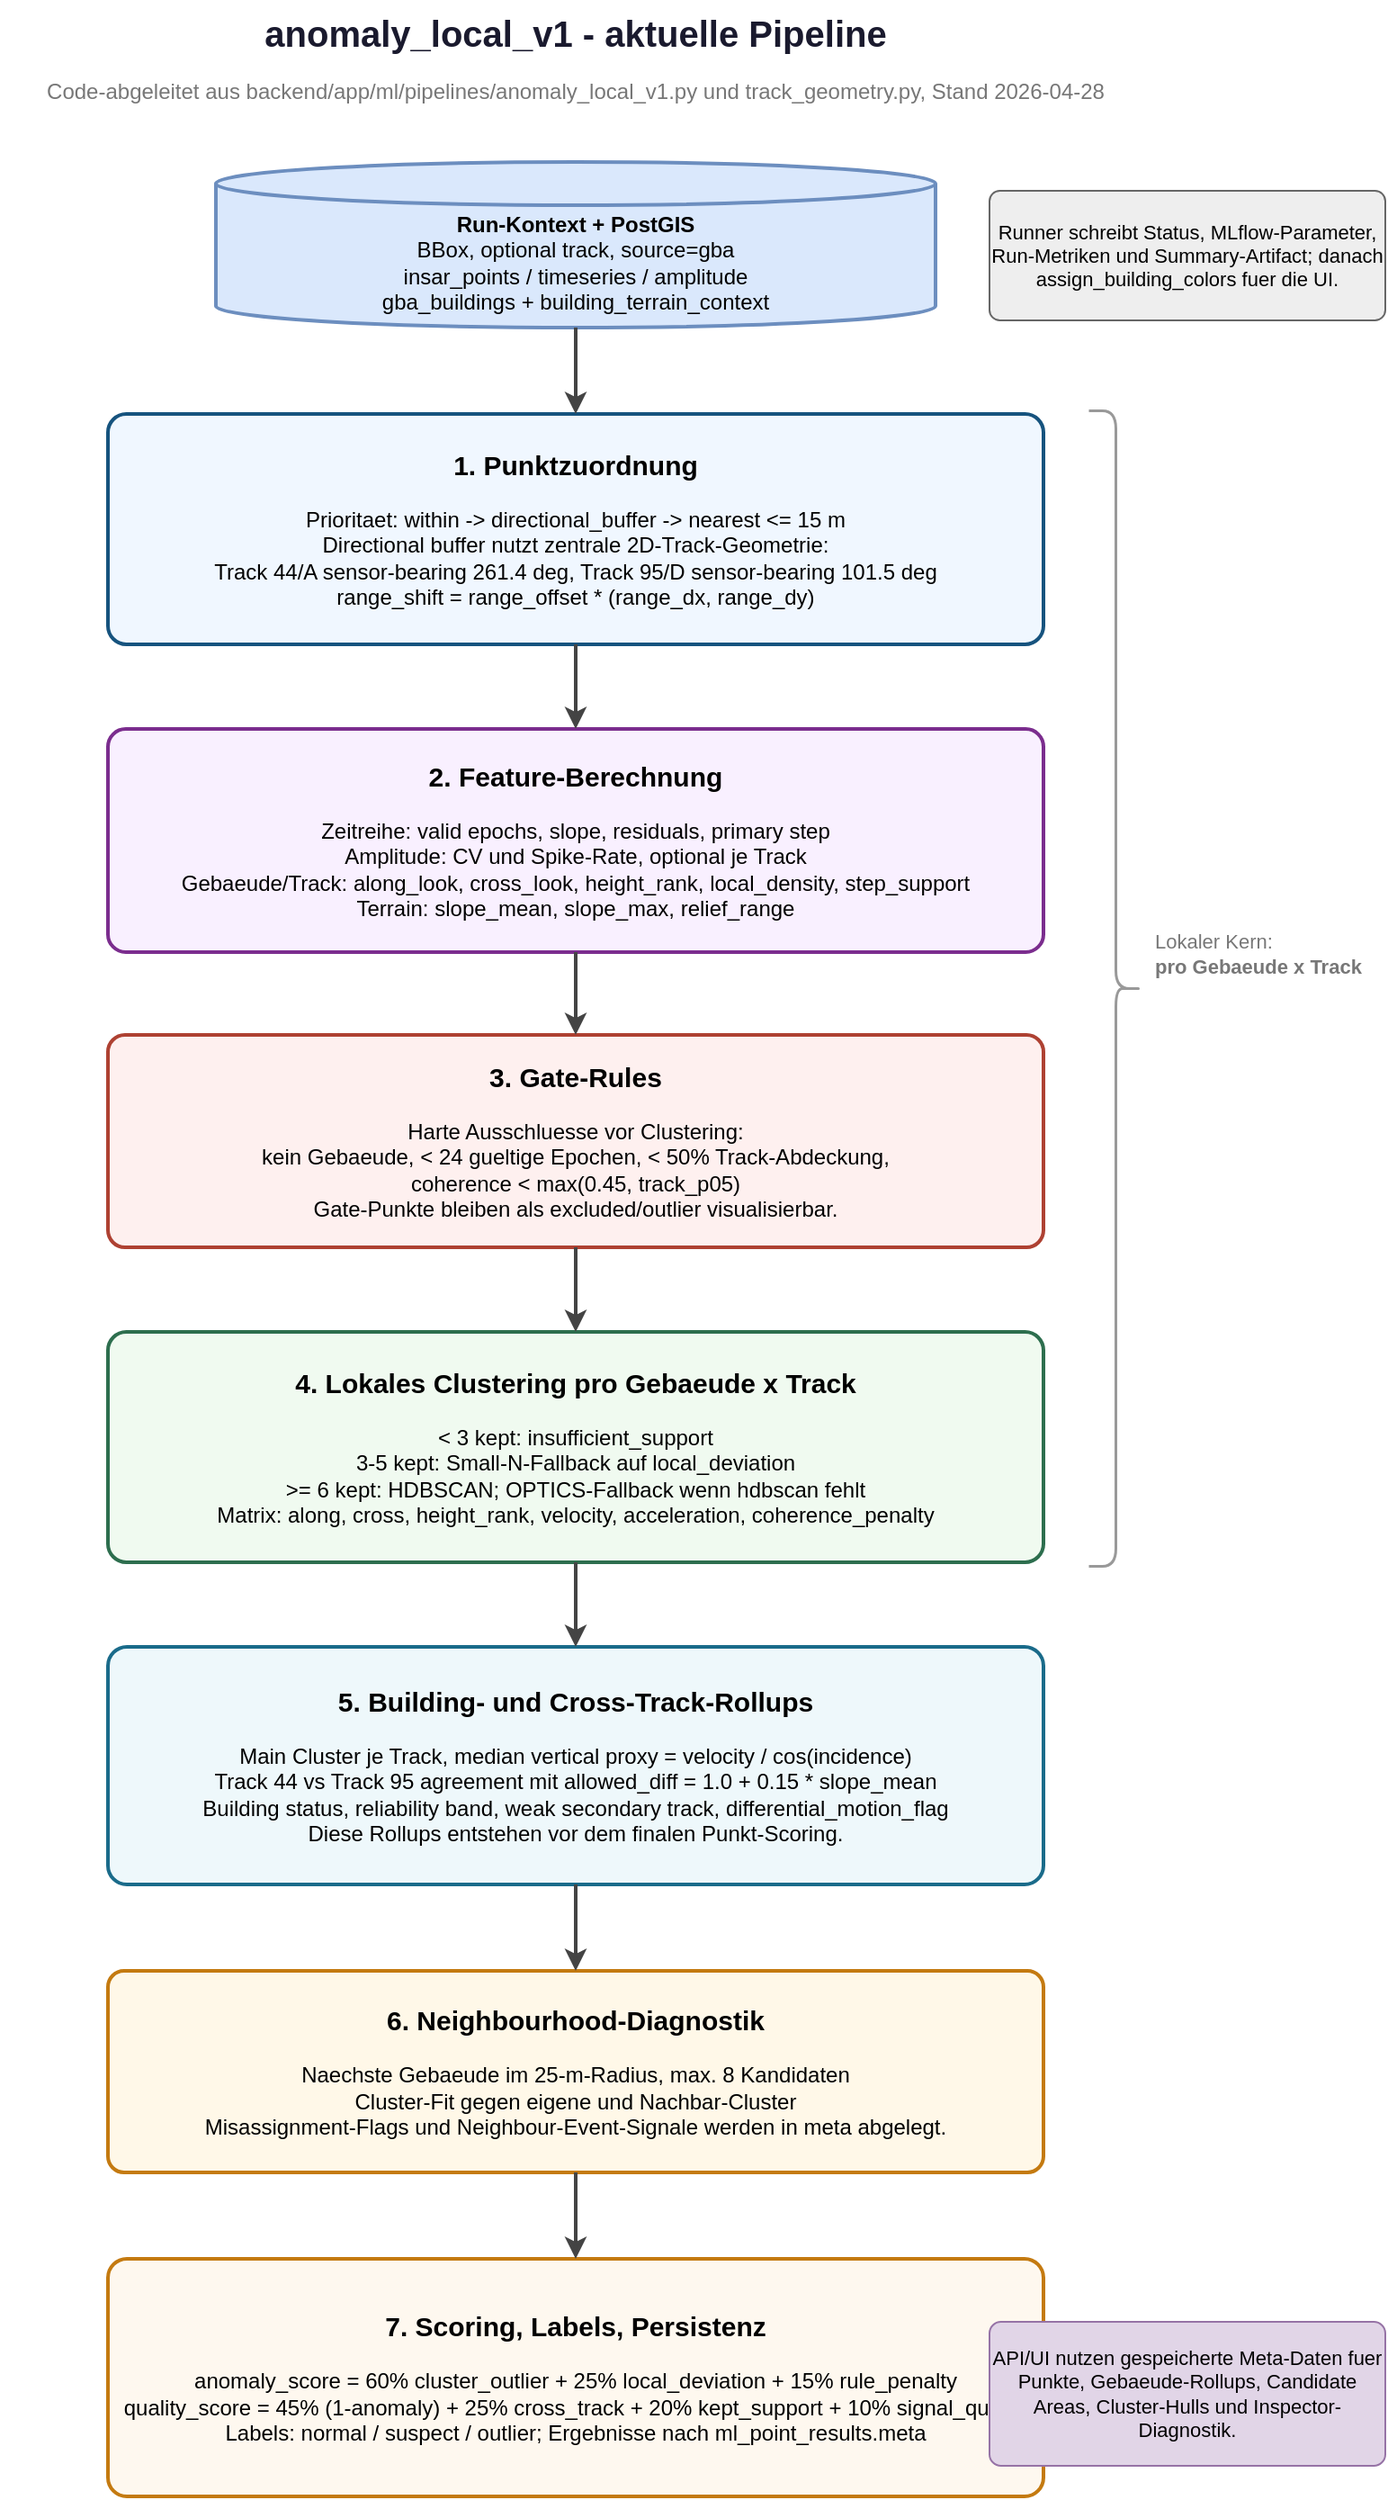
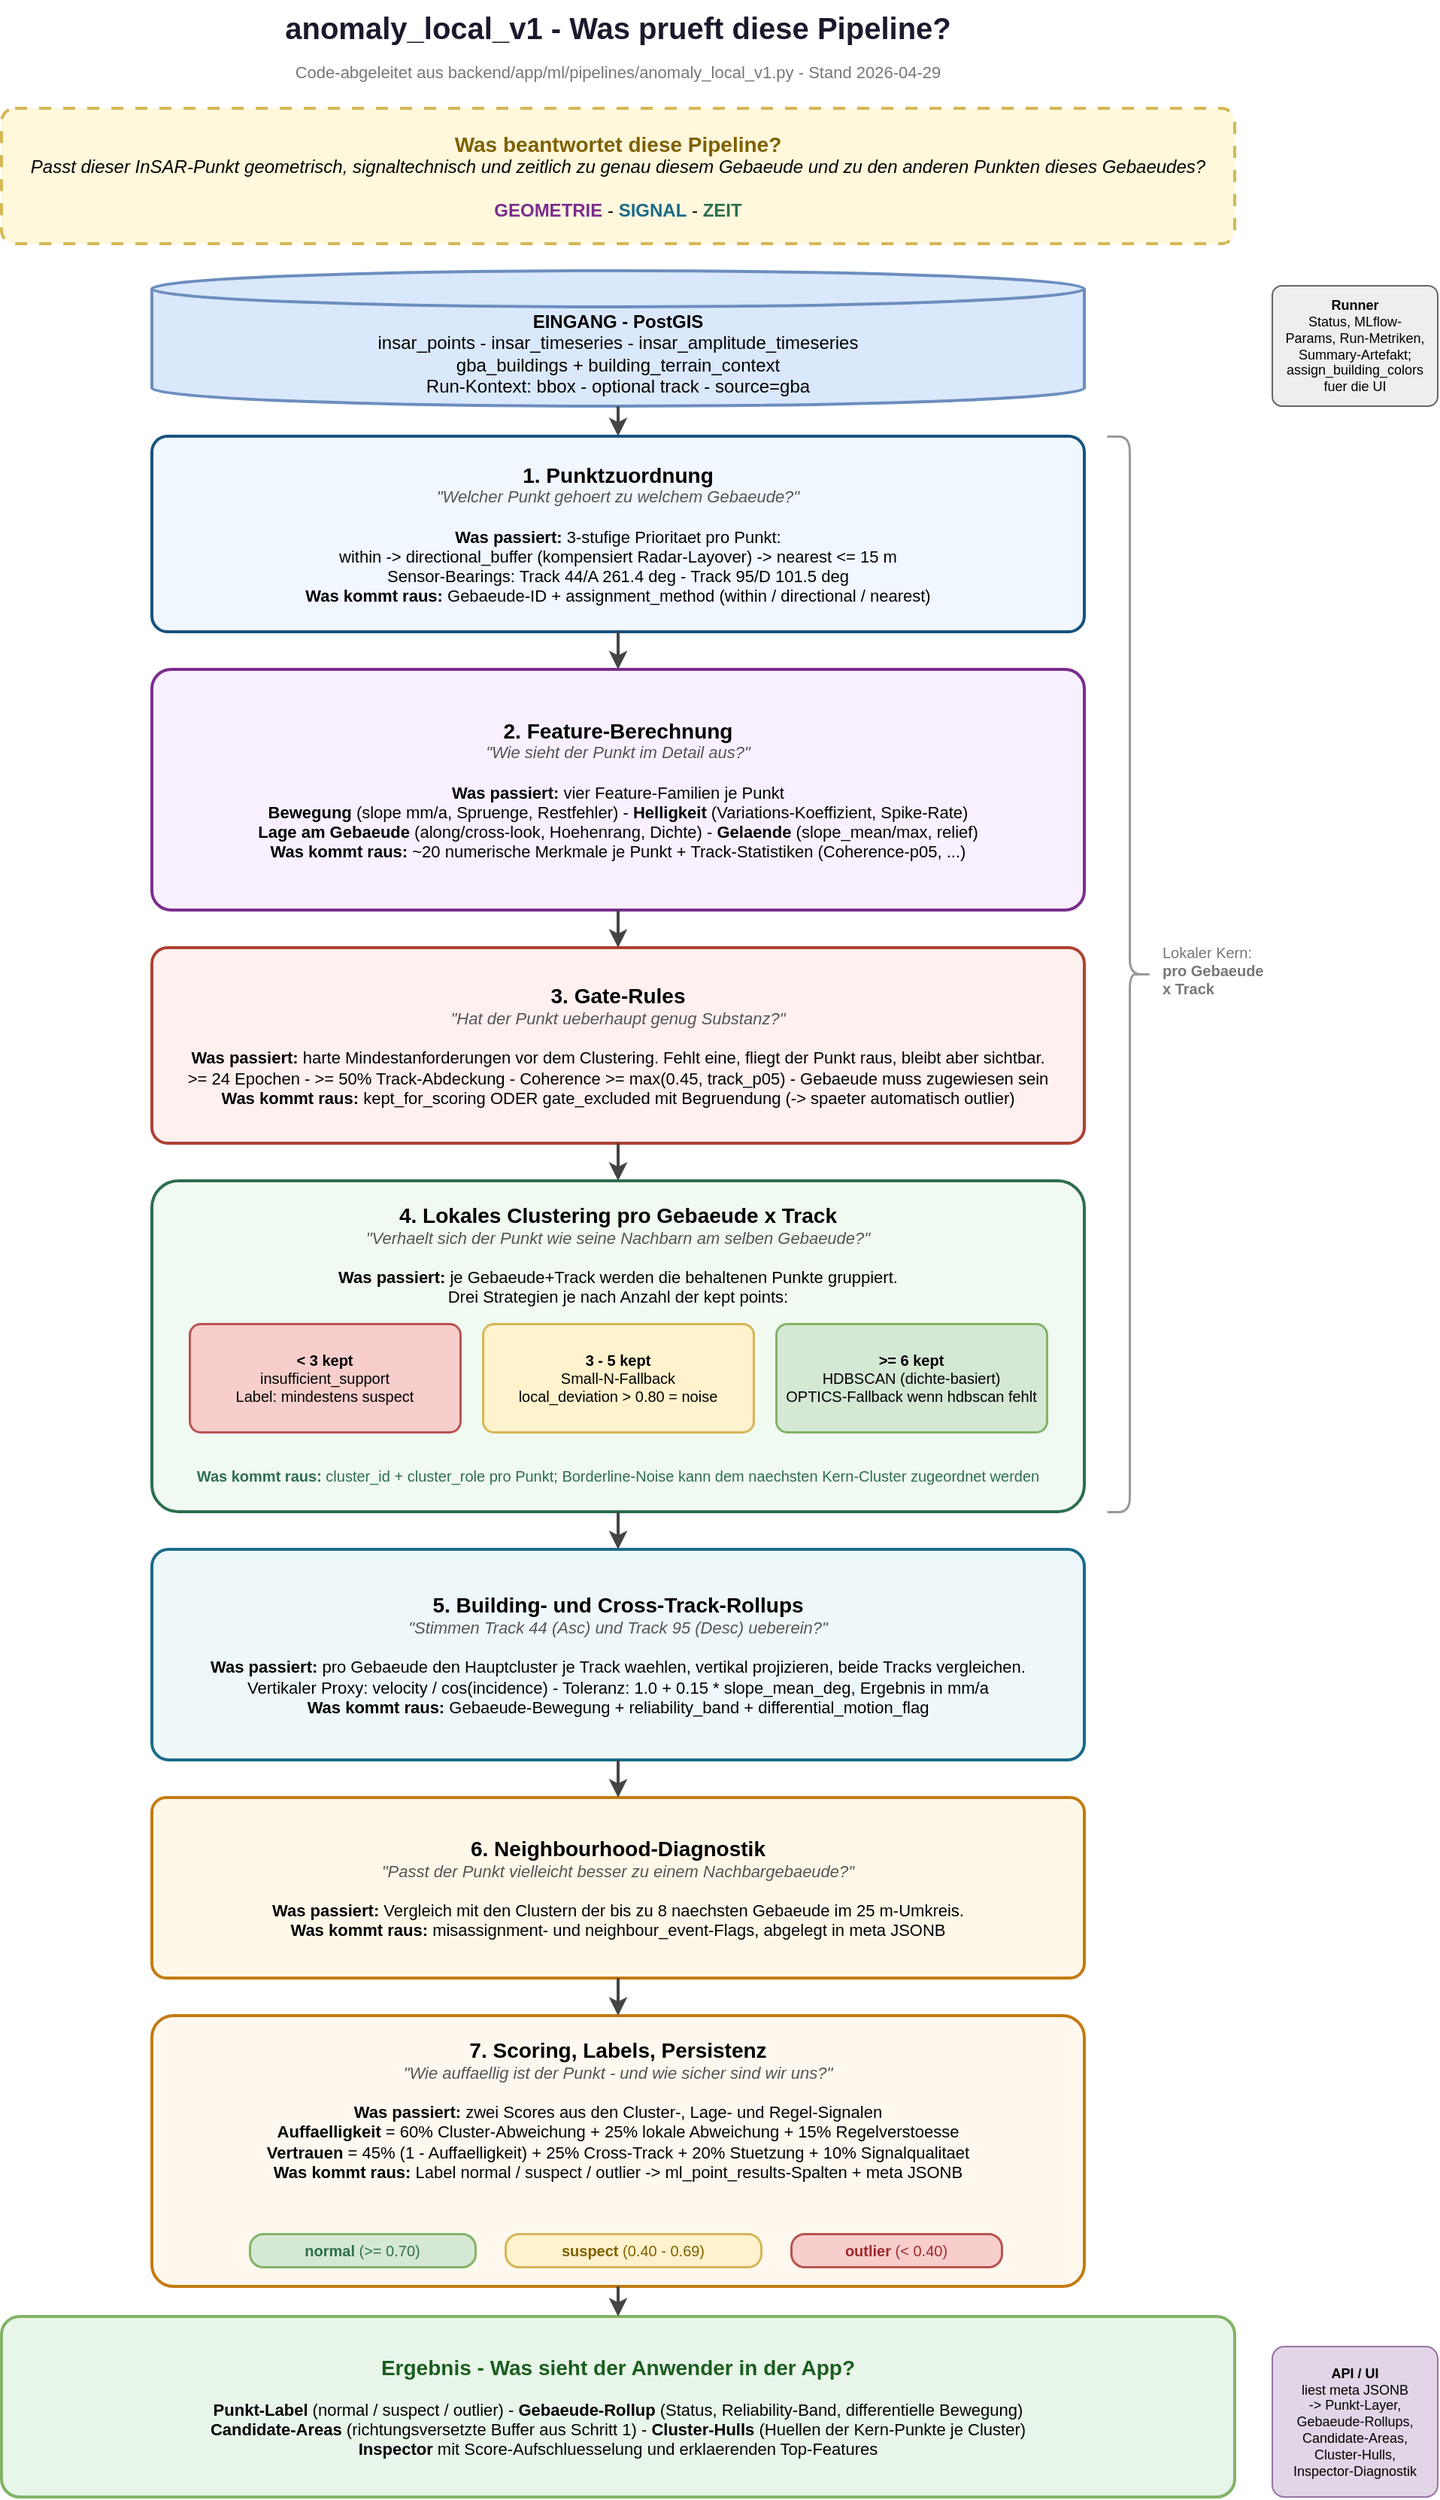
<mxfile host="app.diagrams.net" agent="Codex" version="29.6.4">
  <diagram name="anomaly_local_v1 Pipeline (current simplified)" id="simple-current">
-     <mxGraphModel dx="1188" dy="780" grid="1" gridSize="10" guides="1" tooltips="1" connect="1" arrows="1" fold="1" page="1" pageScale="1" pageWidth="1000" pageHeight="1500" math="0" shadow="0">
+     <mxGraphModel dx="1188" dy="780" grid="1" gridSize="10" guides="1" tooltips="1" connect="1" arrows="1" fold="1" page="1" pageScale="1" pageWidth="1100" pageHeight="1700" math="0" shadow="0">
      <root>
        <mxCell id="0" />
        <mxCell id="1" parent="0" />
-         <mxCell id="title" parent="1" style="text;html=1;align=center;verticalAlign=middle;whiteSpace=wrap;fontSize=20;fontColor=#1a1a2e;" value="&lt;b&gt;anomaly_local_v1 - aktuelle Pipeline&lt;/b&gt;" vertex="1">
-           <mxGeometry x="210" y="20" width="580" height="36" as="geometry" />
+         <mxCell id="title" parent="1" style="text;html=1;align=center;verticalAlign=middle;whiteSpace=wrap;fontSize=20;fontColor=#1a1a2e;" value="&lt;b&gt;anomaly_local_v1 - Was prueft diese Pipeline?&lt;/b&gt;" vertex="1">
+           <mxGeometry x="210" y="20" width="680" height="36" as="geometry" />
        </mxCell>
-         <mxCell id="subtitle" parent="1" style="text;html=1;align=center;verticalAlign=middle;whiteSpace=wrap;fontSize=12;fontColor=#777777;" value="Code-abgeleitet aus backend/app/ml/pipelines/anomaly_local_v1.py und track_geometry.py, Stand 2026-04-28" vertex="1">
-           <mxGeometry x="180" y="56" width="640" height="30" as="geometry" />
+         <mxCell id="subtitle" parent="1" style="text;html=1;align=center;verticalAlign=middle;whiteSpace=wrap;fontSize=11;fontColor=#777777;" value="Code-abgeleitet aus backend/app/ml/pipelines/anomaly_local_v1.py - Stand 2026-04-29" vertex="1">
+           <mxGeometry x="180" y="56" width="740" height="24" as="geometry" />
        </mxCell>
-         <mxCell id="input" parent="1" style="shape=cylinder3;whiteSpace=wrap;html=1;boundedLbl=1;backgroundOutline=1;size=12;fillColor=#dae8fc;strokeColor=#6c8ebf;strokeWidth=2;fontSize=12;align=center;" value="&lt;b&gt;Run-Kontext + PostGIS&lt;/b&gt;&lt;br&gt;BBox, optional track, source=gba&lt;br&gt;insar_points / timeseries / amplitude&lt;br&gt;gba_buildings + building_terrain_context" vertex="1">
-           <mxGeometry x="300" y="110" width="400" height="92" as="geometry" />
+         <mxCell id="intro" parent="1" style="rounded=1;whiteSpace=wrap;html=1;fillColor=#fff8dc;strokeColor=#d6b656;strokeWidth=2;dashed=1;dashPattern=4 4;fontSize=12;align=center;verticalAlign=middle;spacing=10;arcSize=10;" value="&lt;b style=&quot;font-size:14px;color:#7f6000;&quot;&gt;Was beantwortet diese Pipeline?&lt;/b&gt;&lt;br&gt;&lt;i&gt;Passt dieser InSAR-Punkt geometrisch, signaltechnisch und zeitlich zu genau diesem Gebaeude und zu den anderen Punkten dieses Gebaeudes?&lt;/i&gt;&lt;br&gt;&lt;br&gt;&lt;b style=&quot;color:#7b2d8e;&quot;&gt;GEOMETRIE&lt;/b&gt;  -  &lt;b style=&quot;color:#1a6b8a;&quot;&gt;SIGNAL&lt;/b&gt;  -  &lt;b style=&quot;color:#2d6e4e;&quot;&gt;ZEIT&lt;/b&gt;" vertex="1">
+           <mxGeometry x="140" y="92" width="820" height="90" as="geometry" />
        </mxCell>
-         <mxCell id="step1" parent="1" style="rounded=1;whiteSpace=wrap;html=1;fillColor=#f0f7ff;strokeColor=#16537e;strokeWidth=2;fontSize=12;align=center;spacing=8;arcSize=8;" value="&lt;font style=&quot;font-size:15px&quot;&gt;&lt;b&gt;1. Punktzuordnung&lt;/b&gt;&lt;/font&gt;&lt;br&gt;&lt;br&gt;Prioritaet: within -&gt; directional_buffer -&gt; nearest &lt;= 15 m&lt;br&gt;Directional buffer nutzt zentrale 2D-Track-Geometrie:&lt;br&gt;Track 44/A sensor-bearing 261.4 deg, Track 95/D sensor-bearing 101.5 deg&lt;br&gt;range_shift = range_offset * (range_dx, range_dy)" vertex="1">
-           <mxGeometry x="240" y="250" width="520" height="128" as="geometry" />
+         <mxCell id="input" parent="1" style="shape=cylinder3;whiteSpace=wrap;html=1;boundedLbl=1;backgroundOutline=1;size=12;fillColor=#dae8fc;strokeColor=#6c8ebf;strokeWidth=2;fontSize=12;align=center;verticalAlign=middle;" value="&lt;b&gt;EINGANG - PostGIS&lt;/b&gt;&lt;br&gt;insar_points - insar_timeseries - insar_amplitude_timeseries&lt;br&gt;gba_buildings + building_terrain_context&lt;br&gt;Run-Kontext: bbox - optional track - source=gba" vertex="1">
+           <mxGeometry x="240" y="200" width="620" height="90" as="geometry" />
        </mxCell>
-         <mxCell id="step2" parent="1" style="rounded=1;whiteSpace=wrap;html=1;fillColor=#f9f0ff;strokeColor=#7b2d8e;strokeWidth=2;fontSize=12;align=center;spacing=8;arcSize=8;" value="&lt;font style=&quot;font-size:15px&quot;&gt;&lt;b&gt;2. Feature-Berechnung&lt;/b&gt;&lt;/font&gt;&lt;br&gt;&lt;br&gt;Zeitreihe: valid epochs, slope, residuals, primary step&lt;br&gt;Amplitude: CV und Spike-Rate, optional je Track&lt;br&gt;Gebaeude/Track: along_look, cross_look, height_rank, local_density, step_support&lt;br&gt;Terrain: slope_mean, slope_max, relief_range" vertex="1">
-           <mxGeometry x="240" y="425" width="520" height="124" as="geometry" />
+         <mxCell id="runner_note" parent="1" style="rounded=1;whiteSpace=wrap;html=1;fillColor=#eeeeee;strokeColor=#666666;fontSize=9;align=center;verticalAlign=middle;arcSize=8;spacing=4;" value="&lt;b&gt;Runner&lt;/b&gt;&lt;br&gt;Status, MLflow-&lt;br&gt;Params, Run-Metriken,&lt;br&gt;Summary-Artefakt;&lt;br&gt;assign_building_colors&lt;br&gt;fuer die UI" vertex="1">
+           <mxGeometry x="985" y="210" width="110" height="80" as="geometry" />
        </mxCell>
-         <mxCell id="step3" parent="1" style="rounded=1;whiteSpace=wrap;html=1;fillColor=#fef0ef;strokeColor=#ae4132;strokeWidth=2;fontSize=12;align=center;spacing=8;arcSize=8;" value="&lt;font style=&quot;font-size:15px&quot;&gt;&lt;b&gt;3. Gate-Rules&lt;/b&gt;&lt;/font&gt;&lt;br&gt;&lt;br&gt;Harte Ausschluesse vor Clustering:&lt;br&gt;kein Gebaeude, &lt; 24 gueltige Epochen, &lt; 50% Track-Abdeckung,&lt;br&gt;coherence &lt; max(0.45, track_p05)&lt;br&gt;Gate-Punkte bleiben als excluded/outlier visualisierbar." vertex="1">
-           <mxGeometry x="240" y="595" width="520" height="118" as="geometry" />
+         <mxCell id="step1" parent="1" style="rounded=1;whiteSpace=wrap;html=1;fillColor=#f0f7ff;strokeColor=#16537e;strokeWidth=2;fontSize=11;align=center;verticalAlign=middle;spacing=10;arcSize=8;" value="&lt;font style=&quot;font-size:14px&quot;&gt;&lt;b&gt;1. Punktzuordnung&lt;/b&gt;&lt;/font&gt;&lt;br&gt;&lt;i style=&quot;color:#555;&quot;&gt;&amp;quot;Welcher Punkt gehoert zu welchem Gebaeude?&amp;quot;&lt;/i&gt;&lt;br&gt;&lt;br&gt;&lt;b&gt;Was passiert:&lt;/b&gt; 3-stufige Prioritaet pro Punkt:&lt;br&gt;within -&amp;gt; directional_buffer (kompensiert Radar-Layover) -&amp;gt; nearest &amp;lt;= 15 m&lt;br&gt;Sensor-Bearings: Track 44/A 261.4 deg - Track 95/D 101.5 deg&lt;br&gt;&lt;b&gt;Was kommt raus:&lt;/b&gt; Gebaeude-ID + assignment_method (within / directional / nearest)" vertex="1">
+           <mxGeometry x="240" y="310" width="620" height="130" as="geometry" />
        </mxCell>
-         <mxCell id="step4" parent="1" style="rounded=1;whiteSpace=wrap;html=1;fillColor=#f0faf0;strokeColor=#2d6e4e;strokeWidth=2;fontSize=12;align=center;spacing=8;arcSize=8;" value="&lt;font style=&quot;font-size:15px&quot;&gt;&lt;b&gt;4. Lokales Clustering pro Gebaeude x Track&lt;/b&gt;&lt;/font&gt;&lt;br&gt;&lt;br&gt;&lt; 3 kept: insufficient_support&lt;br&gt;3-5 kept: Small-N-Fallback auf local_deviation&lt;br&gt;&gt;= 6 kept: HDBSCAN; OPTICS-Fallback wenn hdbscan fehlt&lt;br&gt;Matrix: along, cross, height_rank, velocity, acceleration, coherence_penalty" vertex="1">
-           <mxGeometry x="240" y="760" width="520" height="128" as="geometry" />
+         <mxCell id="step2" parent="1" style="rounded=1;whiteSpace=wrap;html=1;fillColor=#f9f0ff;strokeColor=#7b2d8e;strokeWidth=2;fontSize=11;align=center;verticalAlign=middle;spacing=10;arcSize=8;" value="&lt;font style=&quot;font-size:14px&quot;&gt;&lt;b&gt;2. Feature-Berechnung&lt;/b&gt;&lt;/font&gt;&lt;br&gt;&lt;i style=&quot;color:#555;&quot;&gt;&amp;quot;Wie sieht der Punkt im Detail aus?&amp;quot;&lt;/i&gt;&lt;br&gt;&lt;br&gt;&lt;b&gt;Was passiert:&lt;/b&gt; vier Feature-Familien je Punkt&lt;br&gt;&lt;b&gt;Bewegung&lt;/b&gt; (slope mm/a, Spruenge, Restfehler) - &lt;b&gt;Helligkeit&lt;/b&gt; (Variations-Koeffizient, Spike-Rate)&lt;br&gt;&lt;b&gt;Lage am Gebaeude&lt;/b&gt; (along/cross-look, Hoehenrang, Dichte) - &lt;b&gt;Gelaende&lt;/b&gt; (slope_mean/max, relief)&lt;br&gt;&lt;b&gt;Was kommt raus:&lt;/b&gt; ~20 numerische Merkmale je Punkt + Track-Statistiken (Coherence-p05, ...)" vertex="1">
+           <mxGeometry x="240" y="465" width="620" height="160" as="geometry" />
        </mxCell>
-         <mxCell id="step5" parent="1" style="rounded=1;whiteSpace=wrap;html=1;fillColor=#eef8fb;strokeColor=#1a6b8a;strokeWidth=2;fontSize=12;align=center;spacing=8;arcSize=8;" value="&lt;font style=&quot;font-size:15px&quot;&gt;&lt;b&gt;5. Building- und Cross-Track-Rollups&lt;/b&gt;&lt;/font&gt;&lt;br&gt;&lt;br&gt;Main Cluster je Track, median vertical proxy = velocity / cos(incidence)&lt;br&gt;Track 44 vs Track 95 agreement mit allowed_diff = 1.0 + 0.15 * slope_mean&lt;br&gt;Building status, reliability band, weak secondary track, differential_motion_flag&lt;br&gt;Diese Rollups entstehen vor dem finalen Punkt-Scoring." vertex="1">
-           <mxGeometry x="240" y="935" width="520" height="132" as="geometry" />
+         <mxCell id="step3" parent="1" style="rounded=1;whiteSpace=wrap;html=1;fillColor=#fef0ef;strokeColor=#ae4132;strokeWidth=2;fontSize=11;align=center;verticalAlign=middle;spacing=10;arcSize=8;" value="&lt;font style=&quot;font-size:14px&quot;&gt;&lt;b&gt;3. Gate-Rules&lt;/b&gt;&lt;/font&gt;&lt;br&gt;&lt;i style=&quot;color:#555;&quot;&gt;&amp;quot;Hat der Punkt ueberhaupt genug Substanz?&amp;quot;&lt;/i&gt;&lt;br&gt;&lt;br&gt;&lt;b&gt;Was passiert:&lt;/b&gt; harte Mindestanforderungen vor dem Clustering. Fehlt eine, fliegt der Punkt raus, bleibt aber sichtbar.&lt;br&gt;&amp;gt;= 24 Epochen - &amp;gt;= 50% Track-Abdeckung - Coherence &amp;gt;= max(0.45, track_p05) - Gebaeude muss zugewiesen sein&lt;br&gt;&lt;b&gt;Was kommt raus:&lt;/b&gt; kept_for_scoring ODER gate_excluded mit Begruendung (-&amp;gt; spaeter automatisch outlier)" vertex="1">
+           <mxGeometry x="240" y="650" width="620" height="130" as="geometry" />
        </mxCell>
-         <mxCell id="step6" parent="1" style="rounded=1;whiteSpace=wrap;html=1;fillColor=#fff8e8;strokeColor=#c47a10;strokeWidth=2;fontSize=12;align=center;spacing=8;arcSize=8;" value="&lt;font style=&quot;font-size:15px&quot;&gt;&lt;b&gt;6. Neighbourhood-Diagnostik&lt;/b&gt;&lt;/font&gt;&lt;br&gt;&lt;br&gt;Naechste Gebaeude im 25-m-Radius, max. 8 Kandidaten&lt;br&gt;Cluster-Fit gegen eigene und Nachbar-Cluster&lt;br&gt;Misassignment-Flags und Neighbour-Event-Signale werden in meta abgelegt." vertex="1">
-           <mxGeometry x="240" y="1115" width="520" height="112" as="geometry" />
+         <mxCell id="step4" parent="1" style="rounded=1;whiteSpace=wrap;html=1;fillColor=#f0faf0;strokeColor=#2d6e4e;strokeWidth=2;fontSize=11;align=center;verticalAlign=top;spacing=10;arcSize=8;" value="&lt;font style=&quot;font-size:14px&quot;&gt;&lt;b&gt;4. Lokales Clustering pro Gebaeude x Track&lt;/b&gt;&lt;/font&gt;&lt;br&gt;&lt;i style=&quot;color:#555;&quot;&gt;&amp;quot;Verhaelt sich der Punkt wie seine Nachbarn am selben Gebaeude?&amp;quot;&lt;/i&gt;&lt;br&gt;&lt;br&gt;&lt;b&gt;Was passiert:&lt;/b&gt; je Gebaeude+Track werden die behaltenen Punkte gruppiert.&lt;br&gt;Drei Strategien je nach Anzahl der kept points:" vertex="1">
+           <mxGeometry x="240" y="805" width="620" height="220" as="geometry" />
        </mxCell>
-         <mxCell id="step7" parent="1" style="rounded=1;whiteSpace=wrap;html=1;fillColor=#fef8ef;strokeColor=#c47a10;strokeWidth=2;fontSize=12;align=center;spacing=8;arcSize=8;" value="&lt;font style=&quot;font-size:15px&quot;&gt;&lt;b&gt;7. Scoring, Labels, Persistenz&lt;/b&gt;&lt;/font&gt;&lt;br&gt;&lt;br&gt;anomaly_score = 60% cluster_outlier + 25% local_deviation + 15% rule_penalty&lt;br&gt;quality_score = 45% (1-anomaly) + 25% cross_track + 20% kept_support + 10% signal_quality&lt;br&gt;Labels: normal / suspect / outlier; Ergebnisse nach ml_point_results.meta" vertex="1">
-           <mxGeometry x="240" y="1275" width="520" height="132" as="geometry" />
+         <mxCell id="step4_box_a" parent="1" style="rounded=1;whiteSpace=wrap;html=1;fillColor=#f8cecc;strokeColor=#b85450;strokeWidth=1.5;fontSize=10;align=center;verticalAlign=middle;arcSize=10;spacing=4;" value="&lt;b&gt;&amp;lt; 3 kept&lt;/b&gt;&lt;br&gt;insufficient_support&lt;br&gt;Label: mindestens suspect" vertex="1">
+           <mxGeometry x="265" y="900" width="180" height="72" as="geometry" />
        </mxCell>
-         <mxCell id="runner_note" parent="1" style="rounded=1;whiteSpace=wrap;html=1;fillColor=#eeeeee;strokeColor=#666666;fontSize=11;align=center;arcSize=8;" value="Runner schreibt Status, MLflow-Parameter, Run-Metriken und Summary-Artifact; danach assign_building_colors fuer die UI." vertex="1">
-           <mxGeometry x="730" y="126" width="220" height="72" as="geometry" />
+         <mxCell id="step4_box_b" parent="1" style="rounded=1;whiteSpace=wrap;html=1;fillColor=#fff2cc;strokeColor=#d6b656;strokeWidth=1.5;fontSize=10;align=center;verticalAlign=middle;arcSize=10;spacing=4;" value="&lt;b&gt;3 - 5 kept&lt;/b&gt;&lt;br&gt;Small-N-Fallback&lt;br&gt;local_deviation &amp;gt; 0.80 = noise" vertex="1">
+           <mxGeometry x="460" y="900" width="180" height="72" as="geometry" />
        </mxCell>
-         <mxCell id="ui_note" parent="1" style="rounded=1;whiteSpace=wrap;html=1;fillColor=#e1d5e7;strokeColor=#9673a6;fontSize=11;align=center;arcSize=8;" value="API/UI nutzen gespeicherte Meta-Daten fuer Punkte, Gebaeude-Rollups, Candidate Areas, Cluster-Hulls und Inspector-Diagnostik." vertex="1">
-           <mxGeometry x="730" y="1310" width="220" height="80" as="geometry" />
+         <mxCell id="step4_box_c" parent="1" style="rounded=1;whiteSpace=wrap;html=1;fillColor=#d5e8d4;strokeColor=#82b366;strokeWidth=1.5;fontSize=10;align=center;verticalAlign=middle;arcSize=10;spacing=4;" value="&lt;b&gt;&amp;gt;= 6 kept&lt;/b&gt;&lt;br&gt;HDBSCAN (dichte-basiert)&lt;br&gt;OPTICS-Fallback wenn hdbscan fehlt" vertex="1">
+           <mxGeometry x="655" y="900" width="180" height="72" as="geometry" />
+         </mxCell>
+         <mxCell id="step4_footer" parent="1" style="text;html=1;align=center;verticalAlign=middle;whiteSpace=wrap;fontSize=10;fontColor=#2d6e4e;" value="&lt;b&gt;Was kommt raus:&lt;/b&gt; cluster_id + cluster_role pro Punkt; Borderline-Noise kann dem naechsten Kern-Cluster zugeordnet werden" vertex="1">
+           <mxGeometry x="260" y="985" width="580" height="32" as="geometry" />
+         </mxCell>
+         <mxCell id="step5" parent="1" style="rounded=1;whiteSpace=wrap;html=1;fillColor=#eef8fb;strokeColor=#1a6b8a;strokeWidth=2;fontSize=11;align=center;verticalAlign=middle;spacing=10;arcSize=8;" value="&lt;font style=&quot;font-size:14px&quot;&gt;&lt;b&gt;5. Building- und Cross-Track-Rollups&lt;/b&gt;&lt;/font&gt;&lt;br&gt;&lt;i style=&quot;color:#555;&quot;&gt;&amp;quot;Stimmen Track 44 (Asc) und Track 95 (Desc) ueberein?&amp;quot;&lt;/i&gt;&lt;br&gt;&lt;br&gt;&lt;b&gt;Was passiert:&lt;/b&gt; pro Gebaeude den Hauptcluster je Track waehlen, vertikal projizieren, beide Tracks vergleichen.&lt;br&gt;Vertikaler Proxy: velocity / cos(incidence) - Toleranz: 1.0 + 0.15 * slope_mean_deg, Ergebnis in mm/a&lt;br&gt;&lt;b&gt;Was kommt raus:&lt;/b&gt; Gebaeude-Bewegung + reliability_band + differential_motion_flag" vertex="1">
+           <mxGeometry x="240" y="1050" width="620" height="140" as="geometry" />
+         </mxCell>
+         <mxCell id="step6" parent="1" style="rounded=1;whiteSpace=wrap;html=1;fillColor=#fff8e8;strokeColor=#c47a10;strokeWidth=2;fontSize=11;align=center;verticalAlign=middle;spacing=10;arcSize=8;" value="&lt;font style=&quot;font-size:14px&quot;&gt;&lt;b&gt;6. Neighbourhood-Diagnostik&lt;/b&gt;&lt;/font&gt;&lt;br&gt;&lt;i style=&quot;color:#555;&quot;&gt;&amp;quot;Passt der Punkt vielleicht besser zu einem Nachbargebaeude?&amp;quot;&lt;/i&gt;&lt;br&gt;&lt;br&gt;&lt;b&gt;Was passiert:&lt;/b&gt; Vergleich mit den Clustern der bis zu 8 naechsten Gebaeude im 25 m-Umkreis.&lt;br&gt;&lt;b&gt;Was kommt raus:&lt;/b&gt; misassignment- und neighbour_event-Flags, abgelegt in meta JSONB" vertex="1">
+           <mxGeometry x="240" y="1215" width="620" height="120" as="geometry" />
+         </mxCell>
+         <mxCell id="step7" parent="1" style="rounded=1;whiteSpace=wrap;html=1;fillColor=#fef8ef;strokeColor=#c47a10;strokeWidth=2;fontSize=11;align=center;verticalAlign=top;spacing=10;arcSize=8;" value="&lt;font style=&quot;font-size:14px&quot;&gt;&lt;b&gt;7. Scoring, Labels, Persistenz&lt;/b&gt;&lt;/font&gt;&lt;br&gt;&lt;i style=&quot;color:#555;&quot;&gt;&amp;quot;Wie auffaellig ist der Punkt - und wie sicher sind wir uns?&amp;quot;&lt;/i&gt;&lt;br&gt;&lt;br&gt;&lt;b&gt;Was passiert:&lt;/b&gt; zwei Scores aus den Cluster-, Lage- und Regel-Signalen&lt;br&gt;&lt;b&gt;Auffaelligkeit&lt;/b&gt; = 60% Cluster-Abweichung + 25% lokale Abweichung + 15% Regelverstoesse&lt;br&gt;&lt;b&gt;Vertrauen&lt;/b&gt; = 45% (1 - Auffaelligkeit) + 25% Cross-Track + 20% Stuetzung + 10% Signalqualitaet&lt;br&gt;&lt;b&gt;Was kommt raus:&lt;/b&gt; Label normal / suspect / outlier -&amp;gt; ml_point_results-Spalten + meta JSONB" vertex="1">
+           <mxGeometry x="240" y="1360" width="620" height="180" as="geometry" />
+         </mxCell>
+         <mxCell id="badge_normal" parent="1" style="rounded=1;whiteSpace=wrap;html=1;fillColor=#d5e8d4;strokeColor=#82b366;strokeWidth=1.5;fontSize=10;align=center;verticalAlign=middle;arcSize=40;fontColor=#2d6e4e;" value="&lt;b&gt;normal&lt;/b&gt; (&amp;gt;= 0.70)" vertex="1">
+           <mxGeometry x="305" y="1505" width="150" height="22" as="geometry" />
+         </mxCell>
+         <mxCell id="badge_suspect" parent="1" style="rounded=1;whiteSpace=wrap;html=1;fillColor=#fff2cc;strokeColor=#d6b656;strokeWidth=1.5;fontSize=10;align=center;verticalAlign=middle;arcSize=40;fontColor=#7f6000;" value="&lt;b&gt;suspect&lt;/b&gt; (0.40 - 0.69)" vertex="1">
+           <mxGeometry x="475" y="1505" width="170" height="22" as="geometry" />
+         </mxCell>
+         <mxCell id="badge_outlier" parent="1" style="rounded=1;whiteSpace=wrap;html=1;fillColor=#f8cecc;strokeColor=#b85450;strokeWidth=1.5;fontSize=10;align=center;verticalAlign=middle;arcSize=40;fontColor=#a0282a;" value="&lt;b&gt;outlier&lt;/b&gt; (&amp;lt; 0.40)" vertex="1">
+           <mxGeometry x="665" y="1505" width="140" height="22" as="geometry" />
+         </mxCell>
+         <mxCell id="output_panel" parent="1" style="rounded=1;whiteSpace=wrap;html=1;fillColor=#e8f5e9;strokeColor=#82b366;strokeWidth=2;fontSize=11;align=center;verticalAlign=middle;spacing=10;arcSize=10;" value="&lt;b style=&quot;font-size:14px;color:#1b5e20;&quot;&gt;Ergebnis - Was sieht der Anwender in der App?&lt;/b&gt;&lt;br&gt;&lt;br&gt;&lt;b&gt;Punkt-Label&lt;/b&gt; (normal / suspect / outlier)  -  &lt;b&gt;Gebaeude-Rollup&lt;/b&gt; (Status, Reliability-Band, differentielle Bewegung)&lt;br&gt;&lt;b&gt;Candidate-Areas&lt;/b&gt; (richtungsversetzte Buffer aus Schritt 1)  -  &lt;b&gt;Cluster-Hulls&lt;/b&gt; (Huellen der Kern-Punkte je Cluster)&lt;br&gt;&lt;b&gt;Inspector&lt;/b&gt; mit Score-Aufschluesselung und erklaerenden Top-Features" vertex="1">
+           <mxGeometry x="140" y="1560" width="820" height="120" as="geometry" />
+         </mxCell>
+         <mxCell id="ui_note" parent="1" style="rounded=1;whiteSpace=wrap;html=1;fillColor=#e1d5e7;strokeColor=#9673a6;fontSize=9;align=center;verticalAlign=middle;arcSize=8;spacing=4;" value="&lt;b&gt;API / UI&lt;/b&gt;&lt;br&gt;liest meta JSONB&lt;br&gt;-&amp;gt; Punkt-Layer,&lt;br&gt;Gebaeude-Rollups,&lt;br&gt;Candidate-Areas,&lt;br&gt;Cluster-Hulls,&lt;br&gt;Inspector-Diagnostik" vertex="1">
+           <mxGeometry x="985" y="1580" width="110" height="100" as="geometry" />
        </mxCell>
        <mxCell id="scope" parent="1" style="shape=curlyBracket;whiteSpace=wrap;html=1;rounded=1;flipH=1;size=0.5;strokeColor=#999999;strokeWidth=1.5;" value="" vertex="1">
-           <mxGeometry x="785" y="248" width="30" height="642" as="geometry" />
+           <mxGeometry x="875" y="310" width="30" height="715" as="geometry" />
        </mxCell>
-         <mxCell id="scope_text" parent="1" style="text;html=1;align=left;verticalAlign=middle;whiteSpace=wrap;fontSize=11;fontColor=#777777;" value="Lokaler Kern:&lt;br&gt;&lt;b&gt;pro Gebaeude x Track&lt;/b&gt;" vertex="1">
-           <mxGeometry x="820" y="520" width="130" height="60" as="geometry" />
+         <mxCell id="scope_text" parent="1" style="text;html=1;align=left;verticalAlign=middle;whiteSpace=wrap;fontSize=10;fontColor=#777777;" value="Lokaler Kern:&lt;br&gt;&lt;b&gt;pro Gebaeude&lt;/b&gt;&lt;br&gt;&lt;b&gt;x Track&lt;/b&gt;" vertex="1">
+           <mxGeometry x="910" y="635" width="70" height="60" as="geometry" />
        </mxCell>
        <mxCell id="a01" parent="1" source="input" target="step1" edge="1" style="edgeStyle=orthogonalEdgeStyle;rounded=1;strokeColor=#444444;strokeWidth=2;">
          <mxGeometry relative="1" as="geometry" />
        </mxCell>
        <mxCell id="a12" parent="1" source="step1" target="step2" edge="1" style="edgeStyle=orthogonalEdgeStyle;rounded=1;strokeColor=#444444;strokeWidth=2;">
          <mxGeometry relative="1" as="geometry" />
        </mxCell>
        <mxCell id="a23" parent="1" source="step2" target="step3" edge="1" style="edgeStyle=orthogonalEdgeStyle;rounded=1;strokeColor=#444444;strokeWidth=2;">
          <mxGeometry relative="1" as="geometry" />
        </mxCell>
        <mxCell id="a34" parent="1" source="step3" target="step4" edge="1" style="edgeStyle=orthogonalEdgeStyle;rounded=1;strokeColor=#444444;strokeWidth=2;">
          <mxGeometry relative="1" as="geometry" />
        </mxCell>
        <mxCell id="a45" parent="1" source="step4" target="step5" edge="1" style="edgeStyle=orthogonalEdgeStyle;rounded=1;strokeColor=#444444;strokeWidth=2;">
          <mxGeometry relative="1" as="geometry" />
        </mxCell>
        <mxCell id="a56" parent="1" source="step5" target="step6" edge="1" style="edgeStyle=orthogonalEdgeStyle;rounded=1;strokeColor=#444444;strokeWidth=2;">
          <mxGeometry relative="1" as="geometry" />
        </mxCell>
        <mxCell id="a67" parent="1" source="step6" target="step7" edge="1" style="edgeStyle=orthogonalEdgeStyle;rounded=1;strokeColor=#444444;strokeWidth=2;">
          <mxGeometry relative="1" as="geometry" />
        </mxCell>
+         <mxCell id="a78" parent="1" source="step7" target="output_panel" edge="1" style="edgeStyle=orthogonalEdgeStyle;rounded=1;strokeColor=#444444;strokeWidth=2;">
+           <mxGeometry relative="1" as="geometry" />
+         </mxCell>
      </root>
    </mxGraphModel>
  </diagram>
</mxfile>
